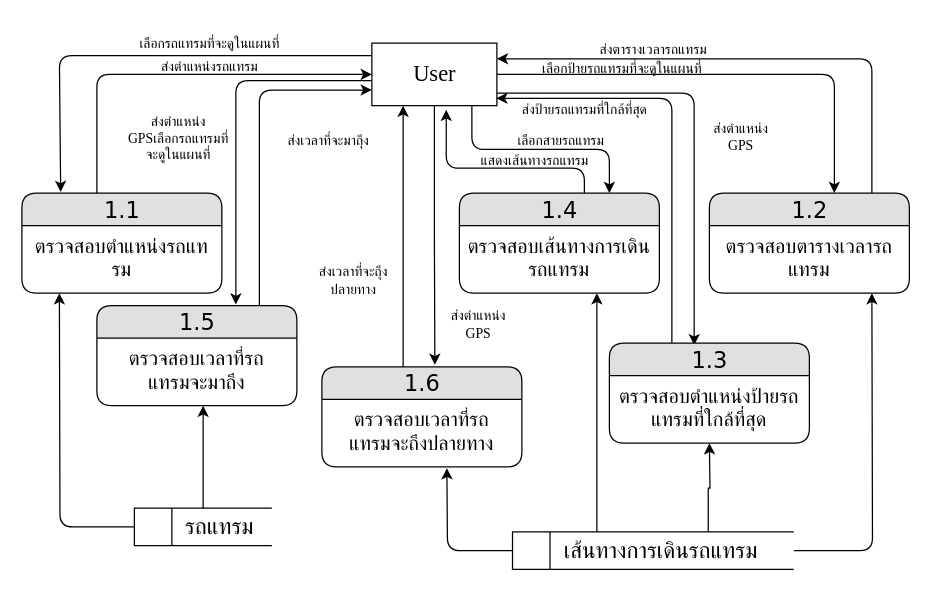
Above: page "1" (3 of 7) of data_flow.drawio in Domineice/Tram_tracking_draft (draw.io), before the change. Source tidied: cells renumbered, new cells numbered last; positions are measured from the earlier drawing's top-left corner, leaving out a move shared by most shapes. Both pictures are drawn from the tidied source at 125%, with x=0, y=0 at pixel (21, 21).
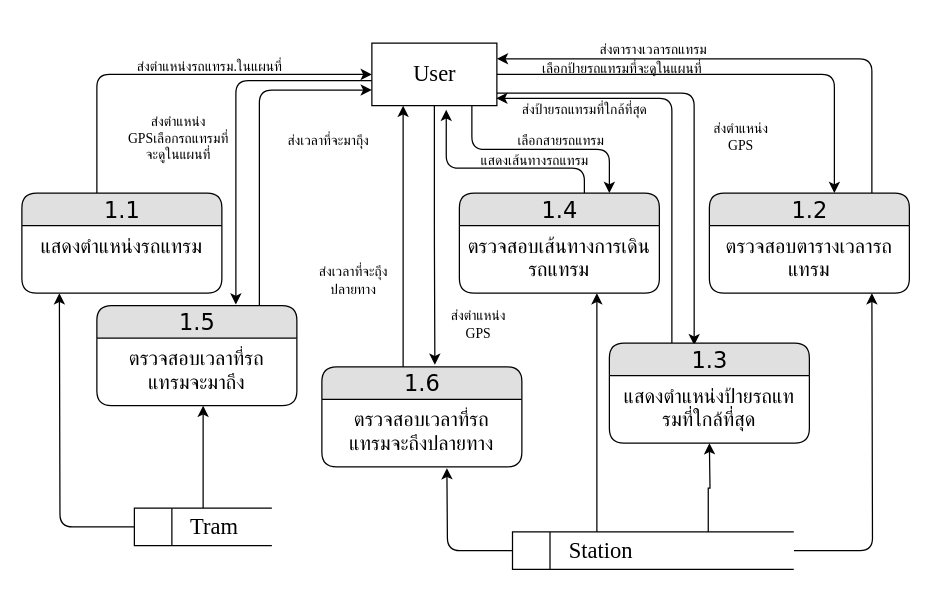
Above is the later version.

Unchanged cells that the change refers to:
```xml
<mxCell id="8" value="User" style="html=1;dashed=0;whitespace=wrap;fontFamily=Times New Roman;fontSize=18;align=center;" parent="1" vertex="1">
  <mxGeometry x="280" y="17" width="100" height="50" as="geometry" />
</mxCell>
<mxCell id="18" value="&lt;font style=&quot;font-size: 18px&quot;&gt;1.1&lt;br&gt;&lt;/font&gt;" style="swimlane;html=1;fontStyle=0;horizontal=1;startSize=26;fillColor=#e0e0e0;swimlaneFillColor=#ffffff;align=center;rounded=1;shadow=0;comic=0;labelBackgroundColor=none;strokeWidth=1;fontFamily=Verdana;fontSize=12;" parent="1" vertex="1">
  <mxGeometry y="137" width="160" height="80" as="geometry" />
</mxCell>
<mxCell id="28" value="&lt;font style=&quot;font-size: 18px&quot;&gt;1.3&lt;br&gt;&lt;/font&gt;" style="swimlane;html=1;fontStyle=0;horizontal=1;startSize=26;fillColor=#e0e0e0;swimlaneFillColor=#ffffff;align=center;rounded=1;shadow=0;comic=0;labelBackgroundColor=none;strokeWidth=1;fontFamily=Verdana;fontSize=12;" parent="1" vertex="1">
  <mxGeometry x="470" y="257" width="160" height="80" as="geometry" />
</mxCell>
```

What changed in the source:
```diff
@@
-    <mxCell id="2" style="edgeStyle=orthogonalEdgeStyle;rounded=1;jettySize=auto;html=1;entryX=0.194;entryY=-0.012;entryDx=0;entryDy=0;fontFamily=Times New Roman;fontSize=18;entryPerimeter=0;" parent="1" edge="1" source="8" target="18">
-      <mxGeometry relative="1" as="geometry">
-        <Array as="points">
-          <mxPoint x="30" y="27" />
-          <mxPoint x="30" y="136" />
-        </Array>
-      </mxGeometry>
-    </mxCell>
@@
-    <mxCell id="11" value="&lt;span style=&quot;white-space: pre&quot;&gt;&#9;&lt;/span&gt;รถแทรม" style="html=1;dashed=0;whitespace=wrap;shape=mxgraph.dfd.dataStoreID;align=left;spacingLeft=3;points=[[0,0],[0.5,0],[1,0],[0,0.5],[1,0.5],[0,1],[0.5,1],[1,1]];fontFamily=Times New Roman;fontSize=18;" parent="1" vertex="1">
+    <mxCell id="11" value="&lt;blockquote style=&quot;margin: 0 0 0 40px ; border: none ; padding: 0px&quot;&gt;Tram&lt;/blockquote&gt;" style="html=1;dashed=0;whitespace=wrap;shape=mxgraph.dfd.dataStoreID;align=left;spacingLeft=3;points=[[0,0],[0.5,0],[1,0],[0,0.5],[1,0.5],[0,1],[0.5,1],[1,1]];fontFamily=Times New Roman;fontSize=18;" parent="1" vertex="1">
       <mxGeometry x="90" y="389" width="110" height="30" as="geometry" />
     </mxCell>
@@
-    <mxCell id="16" value="&lt;span&gt;&#9;&lt;/span&gt;&lt;span style=&quot;white-space: pre&quot;&gt;&#9;&lt;/span&gt;เส้นทางการเดินรถแทรม" style="html=1;dashed=0;whitespace=wrap;shape=mxgraph.dfd.dataStoreID;align=left;spacingLeft=3;points=[[0,0],[0.5,0],[1,0],[0,0.5],[1,0.5],[0,1],[0.5,1],[1,1]];fontFamily=Times New Roman;fontSize=18;" parent="1" vertex="1">
+    <mxCell id="16" value="&lt;span&gt;&#9;&lt;/span&gt;&lt;blockquote style=&quot;margin: 0 0 0 40px ; border: none ; padding: 0px&quot;&gt;Station&lt;/blockquote&gt;" style="html=1;dashed=0;whitespace=wrap;shape=mxgraph.dfd.dataStoreID;align=left;spacingLeft=3;points=[[0,0],[0.5,0],[1,0],[0,0.5],[1,0.5],[0,1],[0.5,1],[1,1]];fontFamily=Times New Roman;fontSize=18;" parent="1" vertex="1">
       <mxGeometry x="392.5" y="408" width="225" height="30" as="geometry" />
     </mxCell>
@@
-    <mxCell id="19" value="&lt;span style=&quot;font-size: 16px&quot;&gt;ตรวจสอบตำแหน่งรถแทรม&lt;/span&gt;" style="text;html=1;strokeColor=none;fillColor=none;spacingLeft=4;spacingRight=4;whiteSpace=wrap;overflow=hidden;align=center;" parent="18" vertex="1">
+    <mxCell id="19" value="&lt;span style=&quot;font-size: 16px&quot;&gt;แสดงตำแหน่งรถแทรม&lt;/span&gt;" style="text;html=1;strokeColor=none;fillColor=none;spacingLeft=4;spacingRight=4;whiteSpace=wrap;overflow=hidden;align=center;" parent="18" vertex="1">
       <mxGeometry y="26" width="160" height="44" as="geometry" />
     </mxCell>
-    <mxCell id="20" value="&lt;font style=&quot;font-size: 11px&quot;&gt;เลือกรถแทรมที่จะดูในแผนที่&lt;/font&gt;" style="text;html=1;align=center;verticalAlign=middle;strokeColor=none;fillColor=none;fontSize=18;fontFamily=Times New Roman;" parent="1" vertex="1">
-      <mxGeometry x="80" width="140" height="30" as="geometry" />
-    </mxCell>
@@
-    <mxCell id="26" value="&lt;font style=&quot;font-size: 11px&quot;&gt;ส่งตำแหน่งรถแทรม&lt;/font&gt;" style="text;html=1;align=center;verticalAlign=middle;strokeColor=none;fillColor=none;fontSize=14;fontFamily=Times New Roman;" parent="1" vertex="1">
-      <mxGeometry x="100" y="26" width="100" height="20" as="geometry" />
+    <mxCell id="26" value="&lt;font style=&quot;font-size: 11px&quot;&gt;ส่งตำแหน่งรถแทรม.ในแผนที่&lt;/font&gt;" style="text;html=1;align=center;verticalAlign=middle;strokeColor=none;fillColor=none;fontSize=14;fontFamily=Times New Roman;" parent="1" vertex="1">
+      <mxGeometry x="80" y="26" width="140" height="20" as="geometry" />
     </mxCell>
@@
-    <mxCell id="29" value="&lt;span style=&quot;font-size: 16px&quot;&gt;ตรวจสอบตำแหน่งป้ายรถแทรมที่ใกล้ที่สุด&lt;/span&gt;" style="text;html=1;strokeColor=none;fillColor=none;spacingLeft=4;spacingRight=4;whiteSpace=wrap;overflow=hidden;align=center;" parent="28" vertex="1">
+    <mxCell id="29" value="&lt;span style=&quot;font-size: 16px&quot;&gt;แสดงตำแหน่งป้ายรถแทรมที่ใกล้ที่สุด&lt;/span&gt;" style="text;html=1;strokeColor=none;fillColor=none;spacingLeft=4;spacingRight=4;whiteSpace=wrap;overflow=hidden;align=center;" parent="28" vertex="1">
       <mxGeometry y="26" width="160" height="44" as="geometry" />
     </mxCell>
```
